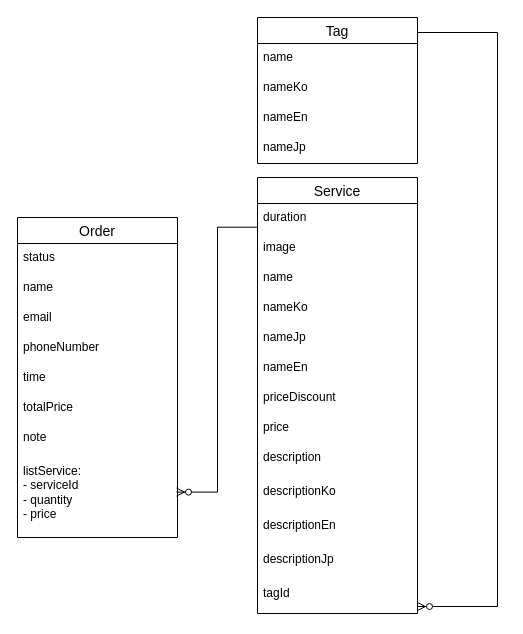
Earlier version of the draw.io diagram DB.drawio (huygamcha/BE_URBAN_SPA). Source tidied: cells renumbered, new cells numbered last; positions are measured from the earlier drawing's top-left corner, leaving out a move shared by most shapes. Both pictures are drawn from the tidied source at 100%, with x=0, y=0 at pixel (17, 17).
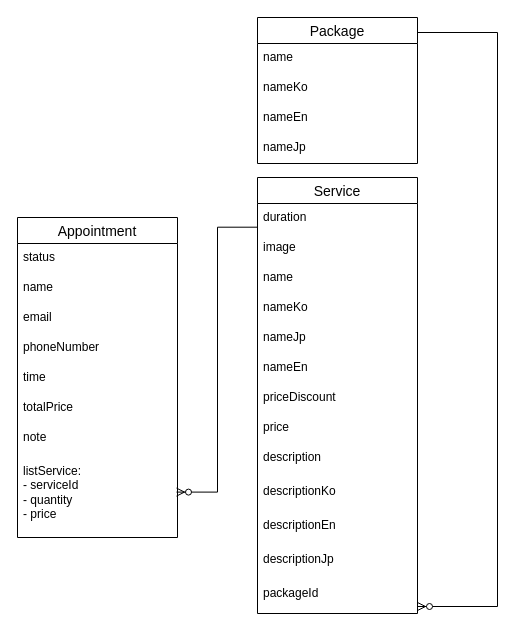
The same diagram, later.

Commit message:
Cập nhật DB.drawio

The change refers to these unchanged cells:
```xml
<mxCell id="2" value="Service" style="swimlane;fontStyle=0;horizontal=1;startSize=26;align=center;fontSize=14;" parent="1" vertex="1">
  <mxGeometry x="240" y="160" width="160" height="436" as="geometry" />
</mxCell>
```

The edit, as a diff of the source:
```diff
@@
-    <mxCell id="15" value="tagId" style="text;strokeColor=none;fillColor=none;spacingLeft=4;spacingRight=4;overflow=hidden;points=[[0,0.5],[1,0.5]];portConstraint=eastwest;fontSize=12;whiteSpace=wrap;html=1;" parent="2" vertex="1">
+    <mxCell id="15" value="packageId&lt;div&gt;&lt;br&gt;&lt;/div&gt;" style="text;strokeColor=none;fillColor=none;spacingLeft=4;spacingRight=4;overflow=hidden;points=[[0,0.5],[1,0.5]];portConstraint=eastwest;fontSize=12;whiteSpace=wrap;html=1;" parent="2" vertex="1">
       <mxGeometry y="402" width="160" height="34" as="geometry" />
     </mxCell>
-    <mxCell id="16" value="Tag" style="swimlane;fontStyle=0;horizontal=1;startSize=26;align=center;fontSize=14;" parent="1" vertex="1">
+    <mxCell id="16" value="Package" style="swimlane;fontStyle=0;horizontal=1;startSize=26;align=center;fontSize=14;" parent="1" vertex="1">
       <mxGeometry x="240" width="160" height="146" as="geometry" />
     </mxCell>
@@
-    <mxCell id="21" value="Order" style="swimlane;fontStyle=0;horizontal=1;startSize=26;align=center;fontSize=14;" parent="1" vertex="1">
+    <mxCell id="21" value="Appointment" style="swimlane;fontStyle=0;horizontal=1;startSize=26;align=center;fontSize=14;" parent="1" vertex="1">
       <mxGeometry y="200" width="160" height="320" as="geometry" />
     </mxCell>
```
